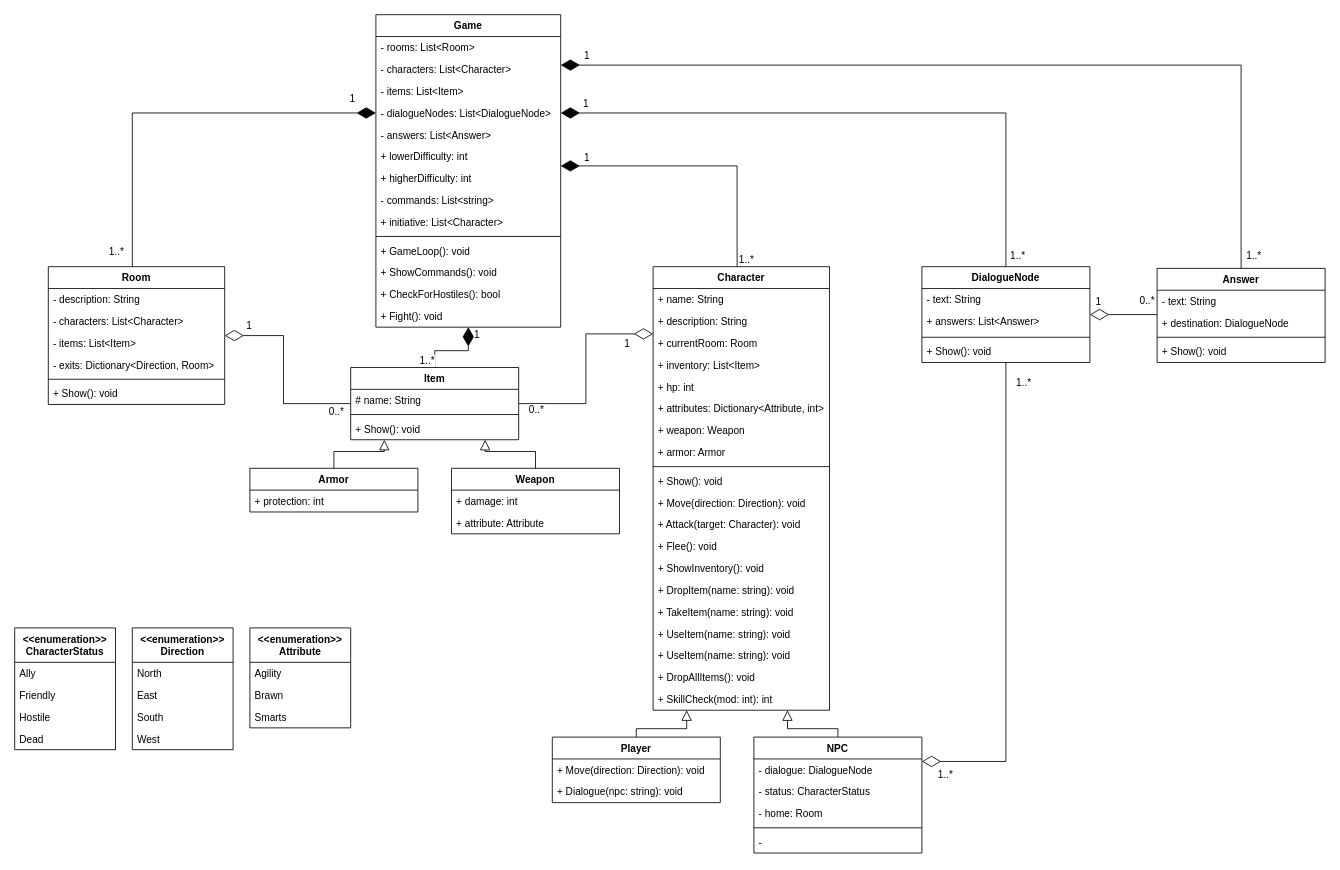
Before: page "Classes" (2 of 3) of Diagrams/Legends of Antir Diagrams.drawio in qogoist/LegendsOfAntir, a draw.io diagram. Source tidied: cells renumbered, new cells numbered last; positions are measured from the earlier drawing's top-left corner, leaving out a move shared by most shapes. Both pictures are drawn from the tidied source at 84%, with x=0, y=0 at pixel (14, 14).
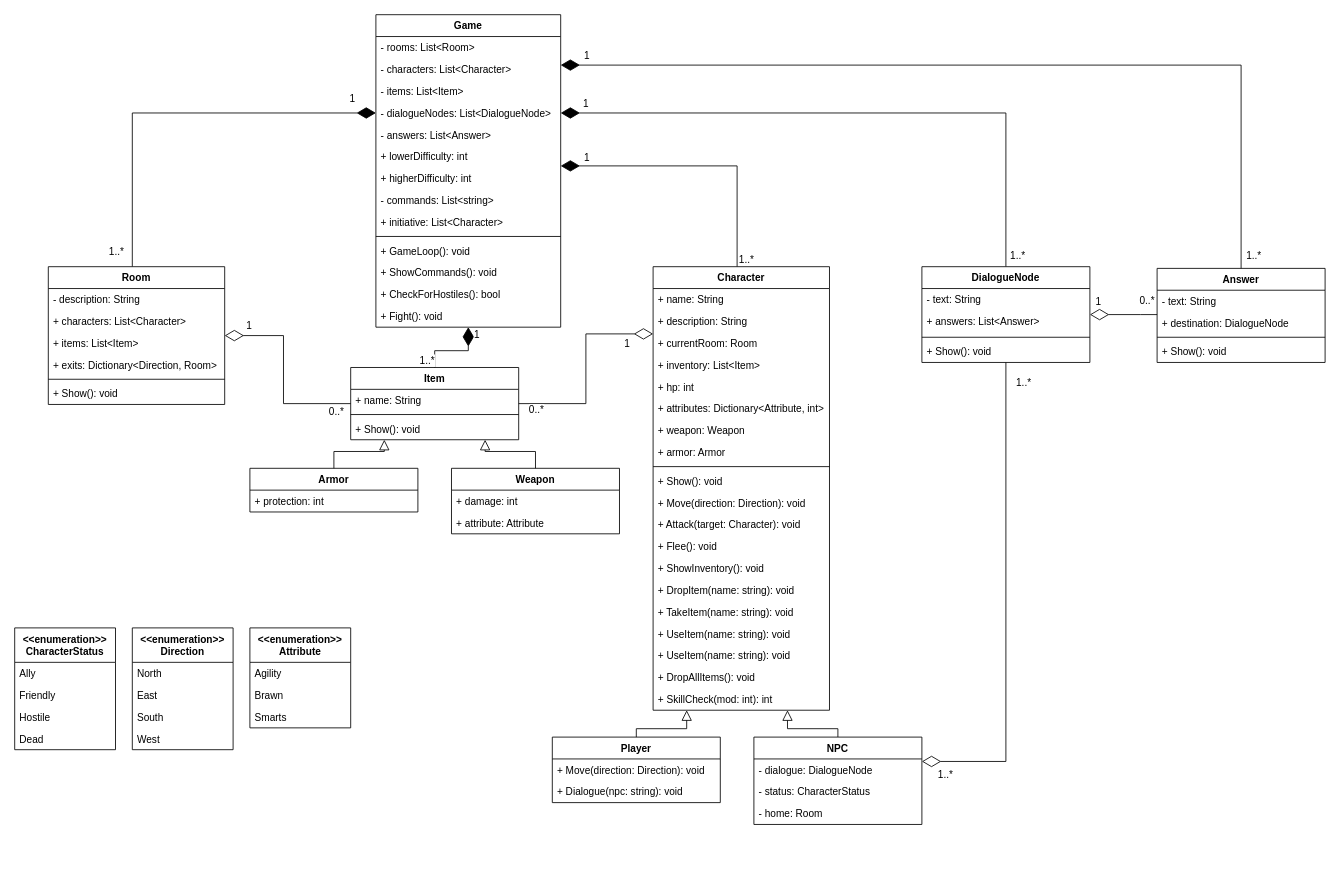
After the change.

The change refers to these unchanged cells:
```xml
<mxCell id="20" value="Room" style="swimlane;fontStyle=1;align=center;verticalAlign=top;horizontal=1;startSize=26;" parent="1" vertex="1">
  <mxGeometry x="40" y="300" width="210" height="164" as="geometry" />
</mxCell>
<mxCell id="89" value="Item" style="swimlane;fontStyle=1;align=center;verticalAlign=top;horizontal=1;startSize=26;fillColor=none;" parent="1" vertex="1">
  <mxGeometry x="400" y="420" width="200" height="86" as="geometry" />
</mxCell>
```

Diff of the diagram source:
```diff
@@
-    <mxCell id="22" value="- characters: List&lt;Character&gt;" style="text;strokeColor=none;fillColor=none;align=left;verticalAlign=top;spacingLeft=4;spacingRight=4;overflow=hidden;" parent="20" vertex="1">
+    <mxCell id="22" value="+ characters: List&lt;Character&gt;" style="text;strokeColor=none;fillColor=none;align=left;verticalAlign=top;spacingLeft=4;spacingRight=4;overflow=hidden;" parent="20" vertex="1">
       <mxGeometry y="52" width="210" height="26" as="geometry" />
     </mxCell>
-    <mxCell id="23" value="- items: List&lt;Item&gt;" style="text;strokeColor=none;fillColor=none;align=left;verticalAlign=top;spacingLeft=4;spacingRight=4;overflow=hidden;" parent="20" vertex="1">
+    <mxCell id="23" value="+ items: List&lt;Item&gt;" style="text;strokeColor=none;fillColor=none;align=left;verticalAlign=top;spacingLeft=4;spacingRight=4;overflow=hidden;" parent="20" vertex="1">
       <mxGeometry y="78" width="210" height="26" as="geometry" />
     </mxCell>
-    <mxCell id="24" value="- exits: Dictionary&lt;Direction, Room&gt;" style="text;strokeColor=none;fillColor=none;align=left;verticalAlign=top;spacingLeft=4;spacingRight=4;overflow=hidden;" parent="20" vertex="1">
+    <mxCell id="24" value="+ exits: Dictionary&lt;Direction, Room&gt;" style="text;strokeColor=none;fillColor=none;align=left;verticalAlign=top;spacingLeft=4;spacingRight=4;overflow=hidden;" parent="20" vertex="1">
       <mxGeometry y="104" width="210" height="26" as="geometry" />
     </mxCell>
@@
     <mxCell id="52" value="NPC" style="swimlane;fontStyle=1;align=center;verticalAlign=top;horizontal=1;startSize=26;" parent="1" vertex="1">
-      <mxGeometry x="880" y="860" width="200" height="138" as="geometry" />
+      <mxGeometry x="880" y="860" width="200" height="104" as="geometry" />
     </mxCell>
@@
-    <mxCell id="56" style="line;strokeWidth=1;fillColor=none;align=left;verticalAlign=middle;spacingTop=-1;spacingLeft=3;spacingRight=3;labelPosition=right;" parent="52" vertex="1">
-      <mxGeometry y="104" width="200" height="8" as="geometry" />
-    </mxCell>
-    <mxCell id="57" value="-" style="text;strokeColor=none;fillColor=none;align=left;verticalAlign=top;spacingLeft=4;spacingRight=4;overflow=hidden;" parent="52" vertex="1">
-      <mxGeometry y="112" width="200" height="26" as="geometry" />
-    </mxCell>
@@
-    <mxCell id="90" value="# name: String" style="text;strokeColor=none;fillColor=none;align=left;verticalAlign=top;spacingLeft=4;spacingRight=4;overflow=hidden;" parent="89" vertex="1">
+    <mxCell id="90" value="+ name: String" style="text;strokeColor=none;fillColor=none;align=left;verticalAlign=top;spacingLeft=4;spacingRight=4;overflow=hidden;" parent="89" vertex="1">
       <mxGeometry y="26" width="200" height="26" as="geometry" />
     </mxCell>
```
